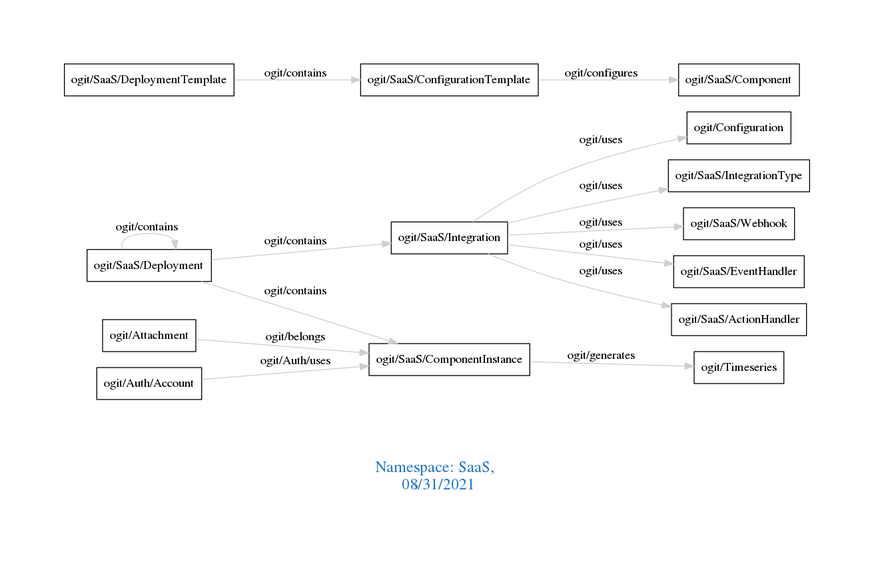
The Graphviz diagram downloads/SaaS.png in arago/OGIT, before a commit. Its source is kept beside it as downloads/SaaS.dot.
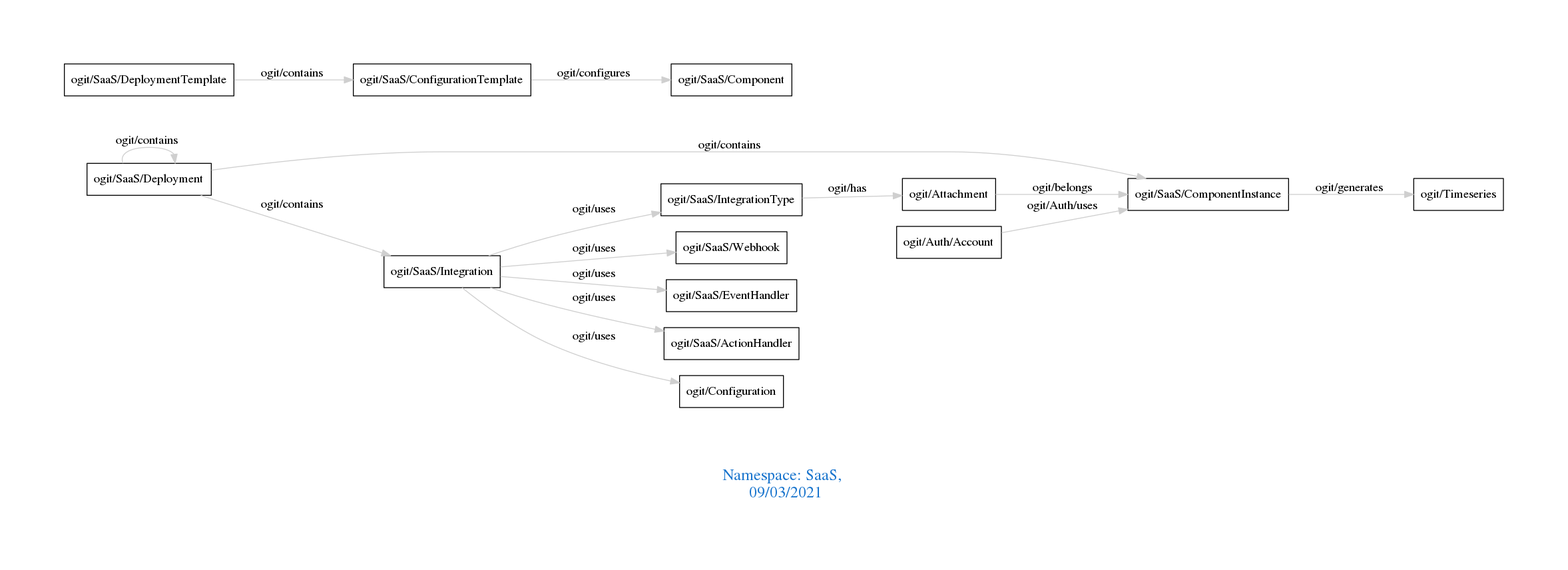
Above is the later version.

What changed in the source:
```diff
@@ -1,7 +1,7 @@
 digraph OGIT_ontology {
  graph [ rankdir= LR,pad=1
 fontsize = 18,
-fontcolor= dodgerblue3,label = "\n\n\nNamespace: SaaS, \n 08/31/2021"];
+fontcolor= dodgerblue3,label = "\n\n\nNamespace: SaaS, \n 09/03/2021"];
 node[shape=polygon];
 edge [  color="gray81"];
 
@@ -17,5 +17,6 @@
    "ogit/SaaS/Integration" -> "ogit/SaaS/ActionHandler" [label="   ogit/uses    "];
    "ogit/SaaS/Integration" -> "ogit/Configuration" [label="   ogit/uses    "];
    "ogit/Auth/Account" -> "ogit/SaaS/ComponentInstance" [label="   ogit/Auth/uses    "];
+   "ogit/SaaS/IntegrationType" -> "ogit/Attachment" [label="   ogit/has    "];
    "ogit/SaaS/Deployment" -> "ogit/SaaS/Deployment" [label="   ogit/contains    "];
 }
```
